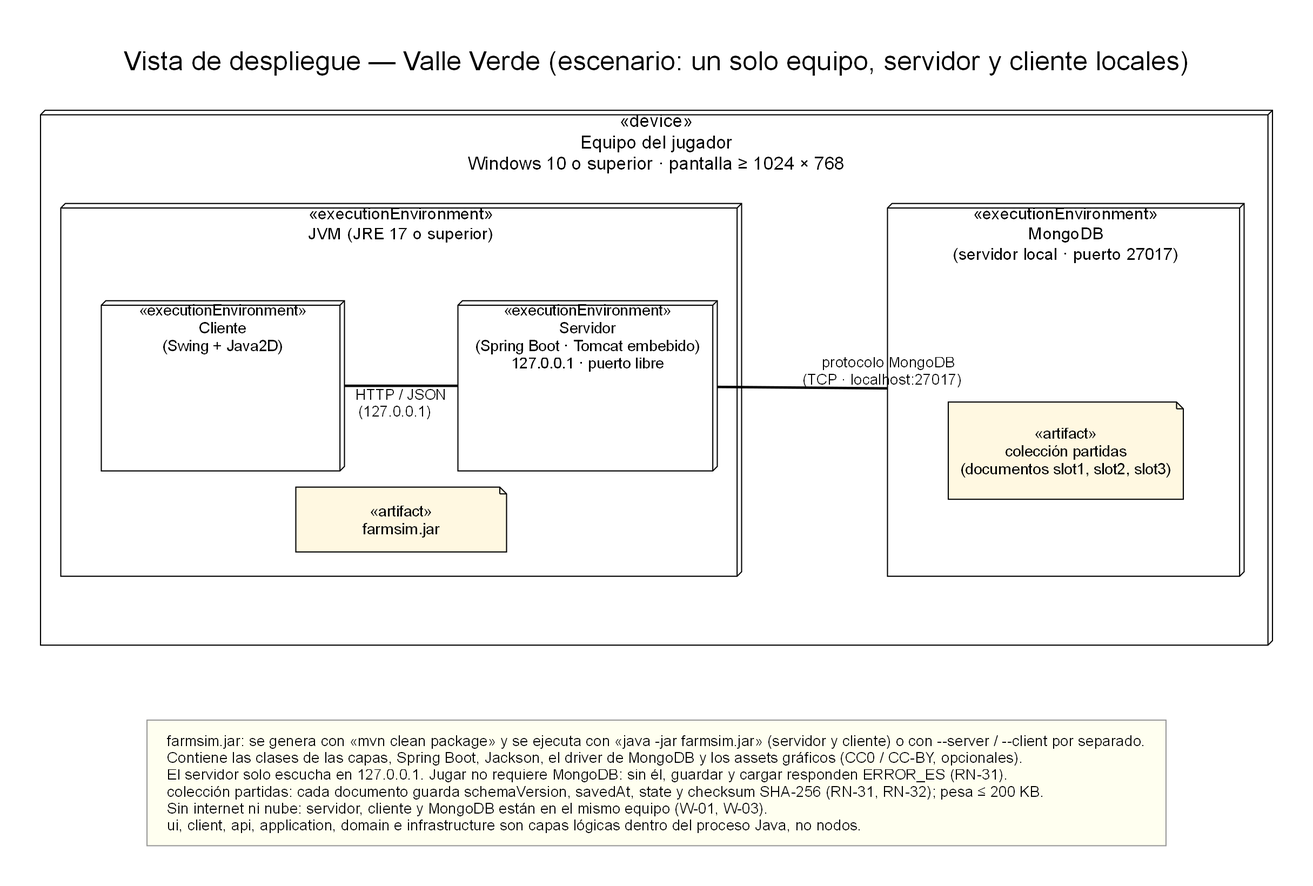
This is docs/diagramas/05_vista_despliegue.png from MarioZaMu/valle-verde, a PlantUML export, as it was before one commit. Its source is kept beside it as docs/diagramas/05_vista_despliegue.puml.
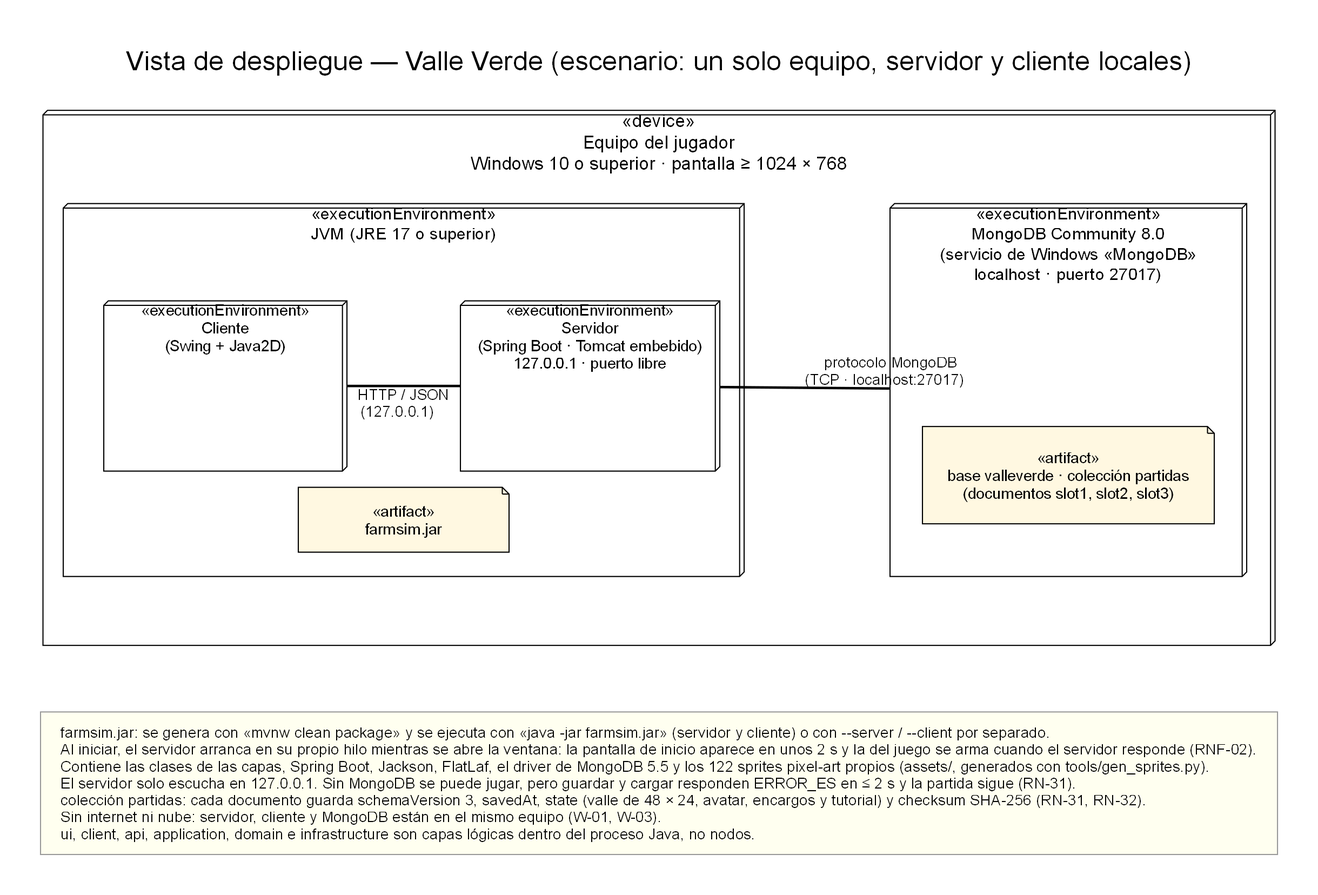
Above is the later version.

What changed in the source:
```diff
@@ -6,7 +6,8 @@
   plataforma donde corre el software (cubo anidado: JVM con servidor y cliente, y MongoDB); «artifact» = unidad desplegable.
   Reglas (p.14 y p.17): no dibujar capas lógicas como servidores, no confundir clase con artefacto,
   toda ruta de comunicación lleva protocolo, no agregar infraestructura que el escenario no tiene.
-  Escenario: un solo equipo; un proceso Java con el servidor Spring Boot y el cliente Swing, y MongoDB local.
+  Escenario: un solo equipo; un proceso Java con el servidor Spring Boot y el cliente Swing, y MongoDB local
+  (MongoDB Community 8.0 instalado como servicio de Windows que arranca solo; fase 5.7h).
   Posiciones fijas (layout=neato).
 '/
 digraph despliegue {
@@ -33,15 +34,15 @@
 
   mdb [shape=box3d, style=filled, fillcolor=white, fixedsize=true, width=4.4, height=4.6, pos="12.4,2.95!",
        labelloc=t, fontsize=15,
-       label="«executionEnvironment»\nMongoDB\n(servidor local · puerto 27017)"];
-  col [shape=note, style=filled, fillcolor="#FFF8E1", fixedsize=true, width=2.9, height=1.2, pos="12.4,2.2!",
-       label="«artifact»\ncolección partidas\n(documentos slot1, slot2, slot3)"];
+       label="«executionEnvironment»\nMongoDB Community 8.0\n(servicio de Windows «MongoDB»\nlocalhost · puerto 27017)"];
+  col [shape=note, style=filled, fillcolor="#FFF8E1", fixedsize=true, width=3.6, height=1.2, pos="12.4,1.9!",
+       label="«artifact»\nbase valleverde · colección partidas\n(documentos slot1, slot2, slot3)"];
 
   /* rutas de comunicación (con protocolo) */
   cli -> srv [dir=none, xlabel="HTTP / JSON\n(127.0.0.1)   ", penwidth=2.2];
   srv -> mdb [dir=none, xlabel="protocolo MongoDB\n(TCP · localhost:27017)   ", penwidth=2.2];
 
   leyenda [shape=box, style=filled, fillcolor="#FFFFF0", color="#999999", fixedsize=false, margin="0.25,0.15", fontsize=13, pos="7.35,-1.9!",
-           label="farmsim.jar: se genera con «mvn clean package» y se ejecuta con «java -jar farmsim.jar» (servidor y cliente) o con --server / --client por separado.\lContiene las clases de las capas, Spring Boot, Jackson, el driver de MongoDB y los assets gráficos (CC0 / CC-BY, opcionales).\lEl servidor solo escucha en 127.0.0.1. Jugar no requiere MongoDB: sin él, guardar y cargar responden ERROR_ES (RN-31).\lcolección partidas: cada documento guarda schemaVersion, savedAt, state y checksum SHA-256 (RN-31, RN-32); pesa ≤ 200 KB.\lSin internet ni nube: servidor, cliente y MongoDB están en el mismo equipo (W-01, W-03).\lui, client, api, application, domain e infrastructure son capas lógicas dentro del proceso Java, no nodos.\l"];
+           label="farmsim.jar: se genera con «mvnw clean package» y se ejecuta con «java -jar farmsim.jar» (servidor y cliente) o con --server / --client por separado.\lAl iniciar, el servidor arranca en su propio hilo mientras se abre la ventana: la pantalla de inicio aparece en unos 2 s y la del juego se arma cuando el servidor responde (RNF-02).\lContiene las clases de las capas, Spring Boot, Jackson, FlatLaf, el driver de MongoDB 5.5 y los 122 sprites pixel-art propios (assets/, generados con tools/gen_sprites.py).\lEl servidor solo escucha en 127.0.0.1. Sin MongoDB se puede jugar, pero guardar y cargar responden ERROR_ES en ≤ 2 s y la partida sigue (RN-31).\lcolección partidas: cada documento guarda schemaVersion 3, savedAt, state (valle de 48 × 24, avatar, encargos y tutorial) y checksum SHA-256 (RN-31, RN-32).\lSin internet ni nube: servidor, cliente y MongoDB están en el mismo equipo (W-01, W-03).\lui, client, api, application, domain e infrastructure son capas lógicas dentro del proceso Java, no nodos.\l"];
 }
 @enddot
```
